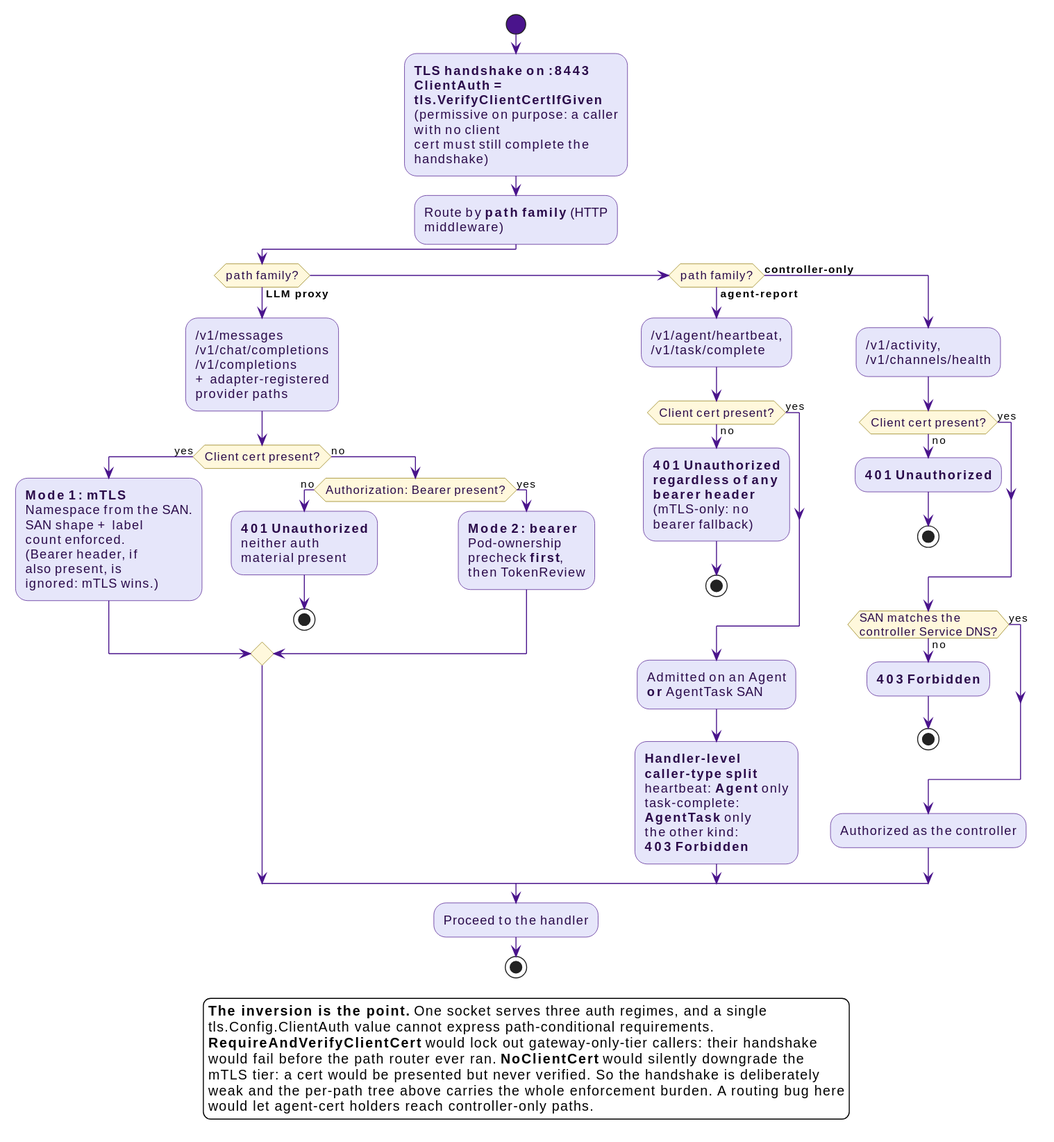
This is docs/src/diagrams/per-path-auth-enforcement.svg from win07xp/kaalm, a PlantUML export, as it was before one commit.
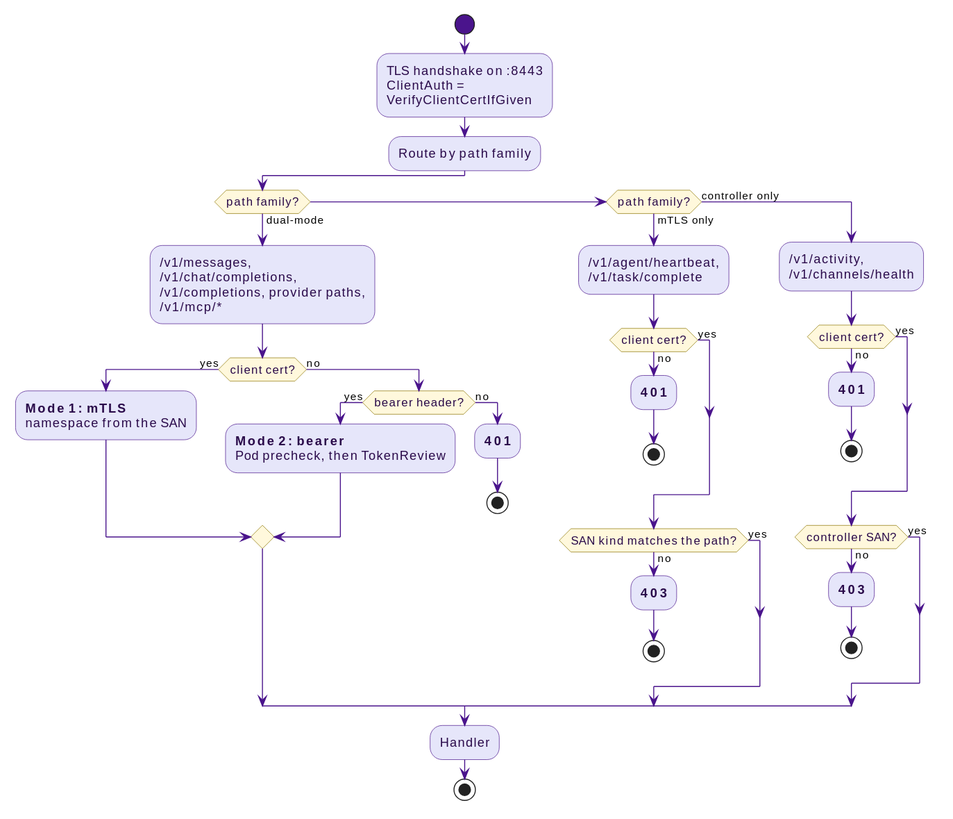
The same file after the commit.

The edit, as a diff of the source:
```diff
@@ -2,64 +2,46 @@
 !include _style.puml
 
 start
-:**TLS handshake on :8443**\n**ClientAuth = tls.VerifyClientCertIfGiven**\n(permissive on purpose: a caller with no client\ncert must still complete the handshake);
+:TLS handshake on :8443\nClientAuth = VerifyClientCertIfGiven;
+:Route by path family;
 
-:Route by **path family** (HTTP middleware);
-
-if (path family?) then (**LLM proxy**)
-
-  :/v1/messages\n/v1/chat/completions\n/v1/completions\n+ adapter-registered\nprovider paths;
-
-  if (Client cert present?) then (yes)
-    :**Mode 1: mTLS**\nNamespace from the SAN.\nSAN shape + label\ncount enforced.\n(Bearer header, if\nalso present, is\nignored: mTLS wins.);
+if (path family?) then (dual-mode)
+  :/v1/messages, /v1/chat/completions,\n/v1/completions, provider paths,\n/v1/mcp/*;
+  if (client cert?) then (yes)
+    :**Mode 1: mTLS**\nnamespace from the SAN;
   else (no)
-    if (Authorization: Bearer present?) then (no)
-      :**401 Unauthorized**\nneither auth\nmaterial present;
+    if (bearer header?) then (yes)
+      :**Mode 2: bearer**\nPod precheck, then TokenReview;
+    else (no)
+      :**401**;
       stop
-    else (yes)
-      :**Mode 2: bearer**\nPod-ownership\nprecheck **first**,\nthen TokenReview;
     endif
   endif
-
-elseif (path family?) then (**agent-report**)
-
+elseif (path family?) then (mTLS only)
   :/v1/agent/heartbeat,\n/v1/task/complete;
-
-  if (Client cert present?) then (no)
-    :**401 Unauthorized**\n**regardless of any**\n**bearer header**\n(mTLS-only: no\nbearer fallback);
+  if (client cert?) then (no)
+    :**401**;
     stop
   else (yes)
   endif
-  :Admitted on an Agent\n**or** AgentTask SAN;
-  :**Handler-level**\n**caller-type split**\nheartbeat: **Agent** only\ntask-complete:\n**AgentTask** only\nthe other kind:\n**403 Forbidden**;
-
-else (**controller-only**)
-
-  :/v1/activity,\n/v1/channels/health;
-
-  if (Client cert present?) then (no)
-    :**401 Unauthorized**;
+  if (SAN kind matches the path?) then (no)
+    :**403**;
     stop
   else (yes)
   endif
-  if (SAN matches the\ncontroller Service DNS?) then (no)
-    :**403 Forbidden**;
+else (controller only)
+  :/v1/activity,\n/v1/channels/health;
+  if (client cert?) then (no)
+    :**401**;
     stop
   else (yes)
   endif
-  :Authorized as the controller;
+  if (controller SAN?) then (no)
+    :**403**;
+    stop
+  else (yes)
+  endif
 endif
-
-:Proceed to the handler;
+:Handler;
 stop
-
-legend bottom
-  **The inversion is the point.** One socket serves three auth regimes, and a single
-  tls.Config.ClientAuth value cannot express path-conditional requirements.
-  **RequireAndVerifyClientCert** would lock out gateway-only-tier callers: their handshake
-  would fail before the path router ever ran. **NoClientCert** would silently downgrade the
-  mTLS tier: a cert would be presented but never verified. So the handshake is deliberately
-  weak and the per-path tree above carries the whole enforcement burden. A routing bug here
-  would let agent-cert holders reach controller-only paths.
-endlegend
 @enduml
```
